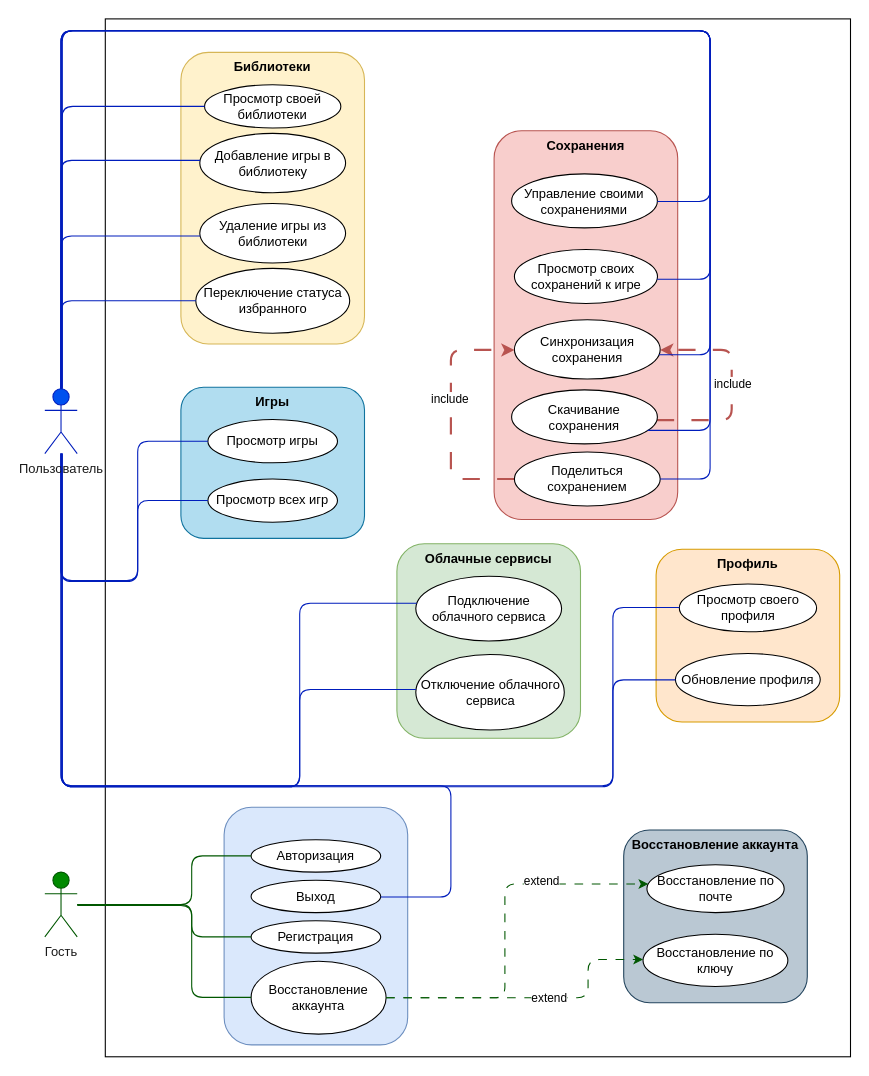
The draw.io diagram Docs/Диаграммы/Прецеденты.drawio in savayaqu/PlaySaveBack, before the edit. Source tidied: cells renumbered, new cells numbered last; positions are measured from the earlier drawing's top-left corner, leaving out a move shared by most shapes. Both pictures are drawn from the tidied source at 108%, with x=0, y=0 at pixel (44, 18).
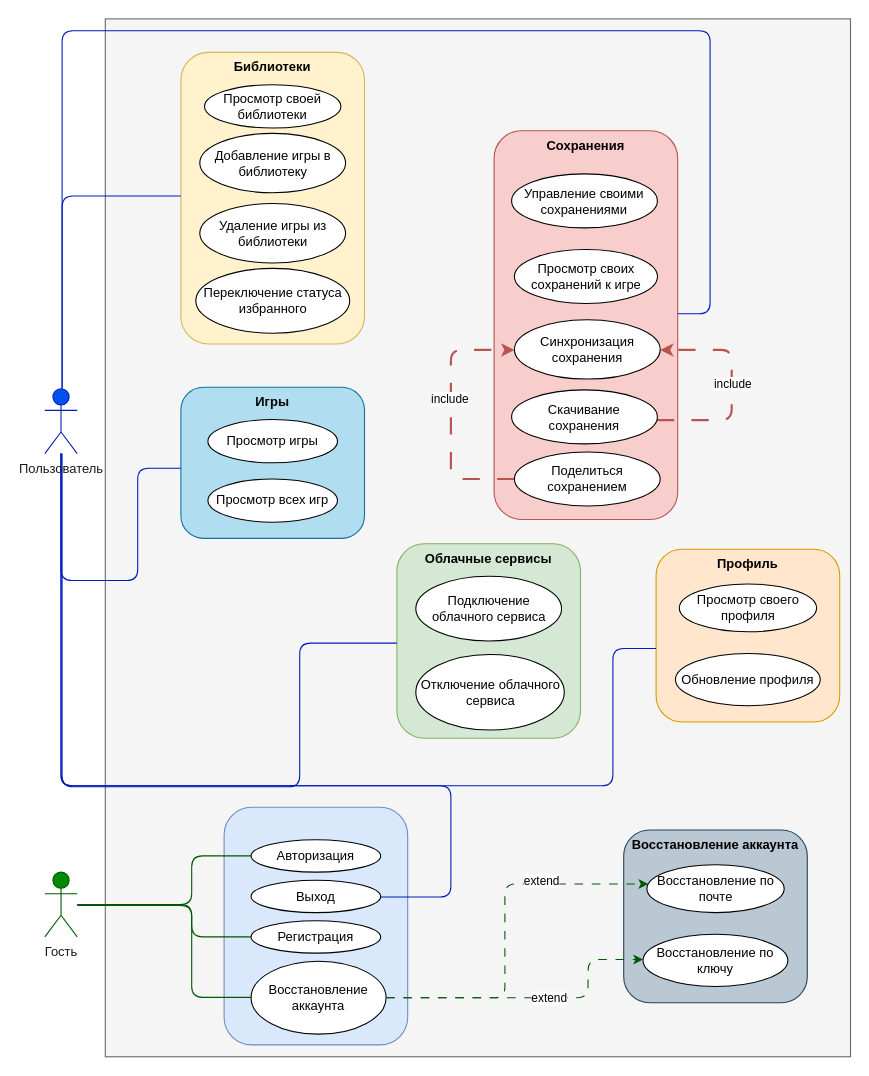
The same page after the edit.

Unchanged cells that the change refers to:
```xml
<mxCell id="4" value="&lt;b&gt;Сохранения&lt;/b&gt;" style="rounded=1;whiteSpace=wrap;html=1;fillColor=#f8cecc;strokeColor=#b85450;verticalAlign=top;" parent="3" vertex="1">
  <mxGeometry width="170" height="360" as="geometry" />
</mxCell>
<mxCell id="5" value="Управление своими сохранениями" style="ellipse;whiteSpace=wrap;html=1;" parent="3" vertex="1">
  <mxGeometry x="16.2" y="40" width="135" height="50" as="geometry" />
</mxCell>
<mxCell id="6" value="Просмотр своих сохранений к игре" style="ellipse;whiteSpace=wrap;html=1;" parent="3" vertex="1">
  <mxGeometry x="18.8" y="110" width="132.5" height="50" as="geometry" />
</mxCell>
<mxCell id="7" value="Синхронизация сохранения" style="ellipse;whiteSpace=wrap;html=1;" parent="3" vertex="1">
  <mxGeometry x="18.8" y="175" width="135" height="55" as="geometry" />
</mxCell>
<mxCell id="10" value="Скачивание сохранения" style="ellipse;whiteSpace=wrap;html=1;" parent="3" vertex="1">
  <mxGeometry x="16.2" y="240" width="135" height="50" as="geometry" />
</mxCell>
<mxCell id="13" value="Поделиться сохранением" style="ellipse;whiteSpace=wrap;html=1;" parent="3" vertex="1">
  <mxGeometry x="18.8" y="297.5" width="135" height="50" as="geometry" />
</mxCell>
<mxCell id="15" value="&lt;b&gt;Библиотеки&lt;/b&gt;" style="rounded=1;whiteSpace=wrap;html=1;fillColor=#fff2cc;strokeColor=#d6b656;verticalAlign=top;" parent="14" vertex="1">
  <mxGeometry width="170" height="270" as="geometry" />
</mxCell>
<mxCell id="16" value="Просмотр своей библиотеки" style="ellipse;whiteSpace=wrap;html=1;" parent="14" vertex="1">
  <mxGeometry x="21.9" y="30" width="126.2" height="40" as="geometry" />
</mxCell>
<mxCell id="17" value="Добавление игры в библиотеку" style="ellipse;whiteSpace=wrap;html=1;" parent="14" vertex="1">
  <mxGeometry x="17.5" y="75" width="135" height="55" as="geometry" />
</mxCell>
<mxCell id="18" value="Удаление игры из библиотеки" style="ellipse;whiteSpace=wrap;html=1;" parent="14" vertex="1">
  <mxGeometry x="17.5" y="140" width="135" height="55" as="geometry" />
</mxCell>
<mxCell id="19" value="Переключение статуса избранного" style="ellipse;whiteSpace=wrap;html=1;" parent="14" vertex="1">
  <mxGeometry x="13.8" y="200" width="142.5" height="60" as="geometry" />
</mxCell>
<mxCell id="21" value="&lt;b&gt;Игры&lt;/b&gt;" style="rounded=1;whiteSpace=wrap;html=1;fillColor=#b1ddf0;strokeColor=#10739e;verticalAlign=top;" parent="20" vertex="1">
  <mxGeometry width="170" height="140" as="geometry" />
</mxCell>
<mxCell id="22" value="Просмотр игры" style="ellipse;whiteSpace=wrap;html=1;" parent="20" vertex="1">
  <mxGeometry x="25" y="30" width="120" height="40" as="geometry" />
</mxCell>
<mxCell id="23" value="Просмотр всех игр" style="ellipse;whiteSpace=wrap;html=1;" parent="20" vertex="1">
  <mxGeometry x="25" y="85" width="120" height="40" as="geometry" />
</mxCell>
<mxCell id="25" value="&lt;b&gt;Облачные сервисы&lt;/b&gt;" style="rounded=1;whiteSpace=wrap;html=1;fillColor=#d5e8d4;strokeColor=#82b366;verticalAlign=top;" parent="24" vertex="1">
  <mxGeometry width="170" height="180" as="geometry" />
</mxCell>
<mxCell id="26" value="Подключение облачного сервиса" style="ellipse;whiteSpace=wrap;html=1;" parent="24" vertex="1">
  <mxGeometry x="17.5" y="30" width="135" height="60" as="geometry" />
</mxCell>
<mxCell id="27" value="Отключение облачного сервиса" style="ellipse;whiteSpace=wrap;html=1;" parent="24" vertex="1">
  <mxGeometry x="17.5" y="102.5" width="137.5" height="70" as="geometry" />
</mxCell>
<mxCell id="38" value="&lt;b&gt;Профиль&lt;/b&gt;" style="rounded=1;whiteSpace=wrap;html=1;fillColor=#ffe6cc;strokeColor=#d79b00;verticalAlign=top;" parent="37" vertex="1">
  <mxGeometry width="170" height="160" as="geometry" />
</mxCell>
<mxCell id="39" value="Обновление профиля" style="ellipse;whiteSpace=wrap;html=1;" parent="37" vertex="1">
  <mxGeometry x="17.9" y="96.6" width="134.1" height="48.3" as="geometry" />
</mxCell>
<mxCell id="40" value="Просмотр своего профиля" style="ellipse;whiteSpace=wrap;html=1;" parent="37" vertex="1">
  <mxGeometry x="21.5" y="32.2" width="127.1" height="44.3" as="geometry" />
</mxCell>
<mxCell id="46" value="Пользователь" style="shape=umlActor;verticalLabelPosition=bottom;verticalAlign=top;html=1;outlineConnect=0;fillColor=#0050ef;fontColor=#1A1A1A;strokeColor=#001DBC;" parent="1" vertex="1">
  <mxGeometry y="342.5" width="30" height="60" as="geometry" />
</mxCell>
```

Change to the diagram source:
```diff
@@
-    <mxCell id="2" style="rounded=0;whiteSpace=wrap;html=1;" parent="1" vertex="1">
+    <mxCell id="2" style="rounded=0;whiteSpace=wrap;html=1;fillColor=#f5f5f5;strokeColor=#666666;fontColor=#333333;" parent="1" vertex="1">
       <mxGeometry x="56" width="690" height="961" as="geometry" />
     </mxCell>
@@
-    <mxCell id="35" style="endArrow=none;html=1;rounded=1;edgeStyle=orthogonalEdgeStyle;fillColor=#0050ef;strokeColor=#001DBC;" parent="1" edge="1" source="46" target="22">
+    <mxCell id="35" style="endArrow=none;html=1;rounded=1;edgeStyle=orthogonalEdgeStyle;fillColor=#0050ef;strokeColor=#001DBC;" parent="1" edge="1" source="46" target="21">
       <mxGeometry relative="1" as="geometry">
         <Array as="points">
           <mxPoint x="15" y="520" />
           <mxPoint x="86" y="520" />
-          <mxPoint x="86" y="391" />
+          <mxPoint x="86" y="416" />
         </Array>
       </mxGeometry>
     </mxCell>
-    <mxCell id="36" style="endArrow=none;html=1;rounded=1;edgeStyle=orthogonalEdgeStyle;fillColor=#0050ef;strokeColor=#001DBC;" parent="1" edge="1" source="46" target="23">
-      <mxGeometry relative="1" as="geometry">
-        <Array as="points">
-          <mxPoint x="15" y="521" />
-          <mxPoint x="86" y="521" />
-          <mxPoint x="86" y="446" />
-        </Array>
-      </mxGeometry>
-    </mxCell>
@@
-    <mxCell id="41" style="endArrow=none;html=1;rounded=1;edgeStyle=orthogonalEdgeStyle;fillColor=#0050ef;strokeColor=#001DBC;" parent="1" edge="1" source="46" target="39">
+    <mxCell id="41" style="endArrow=none;html=1;rounded=1;edgeStyle=orthogonalEdgeStyle;fillColor=#0050ef;strokeColor=#001DBC;" parent="1" edge="1" source="46" target="38">
       <mxGeometry relative="1" as="geometry">
         <Array as="points">
           <mxPoint x="15" y="710" />
           <mxPoint x="526" y="710" />
-          <mxPoint x="526" y="612" />
+          <mxPoint x="526" y="583" />
         </Array>
       </mxGeometry>
     </mxCell>
@@
-    <mxCell id="45" style="edgeStyle=orthogonalEdgeStyle;rounded=1;jettySize=auto;html=1;strokeColor=#001DBC;curved=0;endArrow=none;startFill=0;" parent="1" edge="1" source="46" target="16">
+    <mxCell id="45" style="edgeStyle=orthogonalEdgeStyle;rounded=1;jettySize=auto;html=1;strokeColor=#001DBC;curved=0;endArrow=none;startFill=0;" parent="1" edge="1" source="46" target="15">
       <mxGeometry relative="1" as="geometry">
         <Array as="points">
-          <mxPoint x="16" y="81" />
+          <mxPoint x="16" y="164" />
         </Array>
       </mxGeometry>
     </mxCell>
@@
-    <mxCell id="56" style="endArrow=none;html=1;rounded=1;edgeStyle=orthogonalEdgeStyle;fillColor=#0050ef;strokeColor=#001DBC;" parent="1" edge="1" target="40">
-      <mxGeometry relative="1" as="geometry">
-        <mxPoint x="16" y="402.5" as="sourcePoint" />
-        <Array as="points">
-          <mxPoint x="16" y="711" />
-          <mxPoint x="526" y="711" />
-          <mxPoint x="526" y="545" />
-        </Array>
-      </mxGeometry>
-    </mxCell>
-    <mxCell id="57" style="endArrow=none;html=1;rounded=1;edgeStyle=orthogonalEdgeStyle;fillColor=#0050ef;strokeColor=#001DBC;" parent="1" edge="1" target="26">
+    <mxCell id="57" style="endArrow=none;html=1;rounded=1;edgeStyle=orthogonalEdgeStyle;fillColor=#0050ef;strokeColor=#001DBC;" parent="1" edge="1" target="25">
       <mxGeometry relative="1" as="geometry">
         <mxPoint x="16" y="402.5" as="sourcePoint" />
         <Array as="points">
           <mxPoint x="16" y="711" />
           <mxPoint x="236" y="711" />
-          <mxPoint x="236" y="541" />
+          <mxPoint x="236" y="578" />
         </Array>
       </mxGeometry>
     </mxCell>
-    <mxCell id="58" style="endArrow=none;html=1;rounded=1;edgeStyle=orthogonalEdgeStyle;fillColor=#0050ef;strokeColor=#001DBC;" parent="1" edge="1" target="27">
-      <mxGeometry relative="1" as="geometry">
-        <mxPoint x="16" y="402.5" as="sourcePoint" />
-        <Array as="points">
-          <mxPoint x="16" y="711" />
-          <mxPoint x="236" y="711" />
-          <mxPoint x="236" y="621" />
-        </Array>
-      </mxGeometry>
-    </mxCell>
-    <mxCell id="59" style="edgeStyle=orthogonalEdgeStyle;rounded=1;jettySize=auto;html=1;strokeColor=#001DBC;curved=0;endArrow=none;startFill=0;" parent="1" edge="1" source="46" target="18">
-      <mxGeometry relative="1" as="geometry">
-        <Array as="points">
-          <mxPoint x="15" y="201" />
-        </Array>
-      </mxGeometry>
-    </mxCell>
-    <mxCell id="60" style="edgeStyle=orthogonalEdgeStyle;rounded=1;jettySize=auto;html=1;strokeColor=#001DBC;curved=0;endArrow=none;startFill=0;" parent="1" edge="1" source="46" target="19">
-      <mxGeometry relative="1" as="geometry">
-        <Array as="points">
-          <mxPoint x="15" y="261" />
-        </Array>
-      </mxGeometry>
-    </mxCell>
-    <mxCell id="61" style="edgeStyle=orthogonalEdgeStyle;rounded=1;jettySize=auto;html=1;strokeColor=#001DBC;curved=0;endArrow=none;startFill=0;" parent="1" edge="1" source="46" target="17">
-      <mxGeometry relative="1" as="geometry">
-        <Array as="points">
-          <mxPoint x="15" y="131" />
-        </Array>
-      </mxGeometry>
-    </mxCell>
-    <mxCell id="62" style="edgeStyle=orthogonalEdgeStyle;rounded=1;jettySize=auto;html=1;strokeColor=#001DBC;curved=0;endArrow=none;startFill=0;" parent="1" edge="1" source="46" target="5">
-      <mxGeometry relative="1" as="geometry">
-        <Array as="points">
-          <mxPoint x="15" y="11" />
-          <mxPoint x="616" y="11" />
-          <mxPoint x="616" y="169" />
-        </Array>
-      </mxGeometry>
-    </mxCell>
-    <mxCell id="63" style="edgeStyle=orthogonalEdgeStyle;rounded=1;jettySize=auto;html=1;strokeColor=#001DBC;curved=0;endArrow=none;startFill=0;" parent="1" edge="1" source="46" target="6">
-      <mxGeometry relative="1" as="geometry">
-        <Array as="points">
-          <mxPoint x="15" y="11" />
-          <mxPoint x="616" y="11" />
-          <mxPoint x="616" y="241" />
-        </Array>
-      </mxGeometry>
-    </mxCell>
-    <mxCell id="64" style="edgeStyle=orthogonalEdgeStyle;rounded=1;jettySize=auto;html=1;strokeColor=#001DBC;curved=0;endArrow=none;startFill=0;" parent="1" edge="1" source="46" target="7">
-      <mxGeometry relative="1" as="geometry">
-        <Array as="points">
-          <mxPoint x="15" y="11" />
-          <mxPoint x="616" y="11" />
-          <mxPoint x="616" y="311" />
-        </Array>
-      </mxGeometry>
-    </mxCell>
-    <mxCell id="65" style="edgeStyle=orthogonalEdgeStyle;rounded=1;jettySize=auto;html=1;strokeColor=#001DBC;curved=0;endArrow=none;startFill=0;" parent="1" edge="1" source="46" target="10">
-      <mxGeometry relative="1" as="geometry">
-        <Array as="points">
-          <mxPoint x="16" y="11" />
-          <mxPoint x="616" y="11" />
-          <mxPoint x="616" y="381" />
-        </Array>
-      </mxGeometry>
-    </mxCell>
-    <mxCell id="66" style="edgeStyle=orthogonalEdgeStyle;rounded=1;jettySize=auto;html=1;strokeColor=#001DBC;curved=0;endArrow=none;startFill=0;" parent="1" edge="1" source="46" target="13">
+    <mxCell id="66" style="edgeStyle=orthogonalEdgeStyle;rounded=1;jettySize=auto;html=1;strokeColor=#001DBC;curved=0;endArrow=none;startFill=0;" parent="1" edge="1" source="46" target="4">
       <mxGeometry relative="1" as="geometry">
         <Array as="points">
           <mxPoint x="16" y="11" />
           <mxPoint x="616" y="11" />
-          <mxPoint x="616" y="426" />
+          <mxPoint x="616" y="273" />
         </Array>
       </mxGeometry>
     </mxCell>
```
